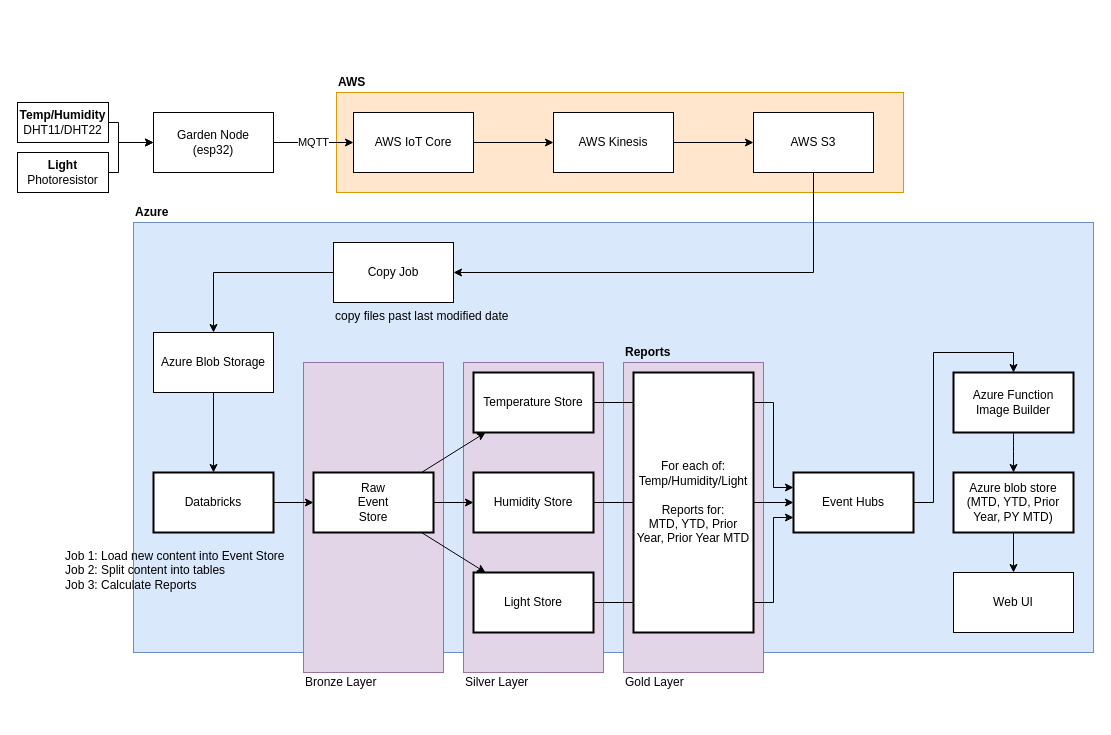
hadmacker/garden_databricks keeps this draw.io diagram as design.drawio. Above is the earlier version. Source tidied: cells renumbered, new cells numbered last; positions are measured from the earlier drawing's top-left corner, leaving out a move shared by most shapes. Both pictures are drawn from the tidied source at 100%, with x=0, y=0 at pixel (17, 72).
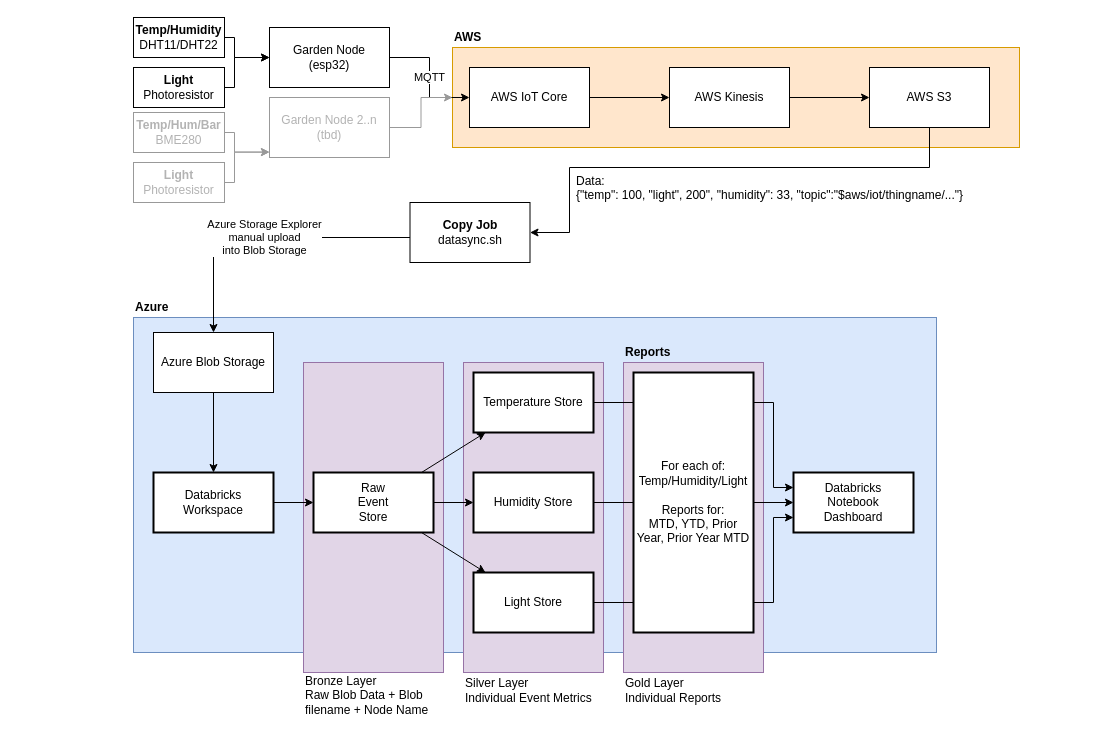
The same page after the edit.

The change refers to these unchanged cells:
```xml
<mxCell id="18" value="Azure Blob Storage" style="rounded=0;whiteSpace=wrap;html=1;fontStyle=0;" parent="1" vertex="1">
  <mxGeometry x="136" y="260" width="120" height="60" as="geometry" />
</mxCell>
```

The edit, as a diff of the source:
```diff
@@
     <mxCell id="2" style="rounded=0;whiteSpace=wrap;html=1;fillColor=#dae8fc;strokeColor=#6c8ebf;" parent="1" vertex="1">
-      <mxGeometry x="116" y="150" width="960" height="430" as="geometry" />
+      <mxGeometry x="116" y="245" width="803" height="335" as="geometry" />
     </mxCell>
@@
     <mxCell id="6" style="rounded=0;whiteSpace=wrap;html=1;fillColor=#ffe6cc;strokeColor=#d79b00;" parent="1" vertex="1">
-      <mxGeometry x="319" y="20" width="567" height="100" as="geometry" />
+      <mxGeometry x="435" y="-25" width="567" height="100" as="geometry" />
     </mxCell>
@@
     <mxCell id="8" value="AWS IoT Core" style="rounded=0;whiteSpace=wrap;html=1;" parent="1" vertex="1">
-      <mxGeometry x="336" y="40" width="120" height="60" as="geometry" />
+      <mxGeometry x="452" y="-5" width="120" height="60" as="geometry" />
     </mxCell>
@@
     <mxCell id="10" value="Garden Node&lt;br&gt;(esp32)" style="rounded=0;whiteSpace=wrap;html=1;" parent="1" vertex="1">
-      <mxGeometry x="136" y="40" width="120" height="60" as="geometry" />
+      <mxGeometry x="252" y="-45" width="120" height="60" as="geometry" />
     </mxCell>
@@
     <mxCell id="12" value="AWS Kinesis" style="rounded=0;whiteSpace=wrap;html=1;" parent="1" vertex="1">
-      <mxGeometry x="536" y="40" width="120" height="60" as="geometry" />
+      <mxGeometry x="652" y="-5" width="120" height="60" as="geometry" />
     </mxCell>
     <mxCell id="13" style="edgeStyle=orthogonalEdgeStyle;rounded=0;jettySize=auto;html=1;entryX=1;entryY=0.5;entryDx=0;entryDy=0;" parent="1" edge="1" source="14" target="16">
       <mxGeometry relative="1" as="geometry">
         <Array as="points">
-          <mxPoint x="796" y="200" />
+          <mxPoint x="912" y="95" />
+          <mxPoint x="552" y="95" />
         </Array>
       </mxGeometry>
     </mxCell>
     <mxCell id="14" value="AWS S3" style="rounded=0;whiteSpace=wrap;html=1;" parent="1" vertex="1">
-      <mxGeometry x="736" y="40" width="120" height="60" as="geometry" />
+      <mxGeometry x="852" y="-5" width="120" height="60" as="geometry" />
     </mxCell>
-    <mxCell id="15" style="edgeStyle=orthogonalEdgeStyle;rounded=0;jettySize=auto;html=1;exitX=0;exitY=0.5;exitDx=0;exitDy=0;" parent="1" edge="1" source="16" target="18">
-      <mxGeometry relative="1" as="geometry" />
+    <mxCell id="15" value="Azure Storage Explorer&lt;br&gt;manual upload&lt;br&gt;into Blob Storage" style="edgeStyle=orthogonalEdgeStyle;rounded=0;jettySize=auto;html=1;entryX=0.5;entryY=0;entryDx=0;entryDy=0;" parent="1" edge="1" source="16" target="18">
+      <mxGeometry relative="1" as="geometry">
+        <Array as="points">
+          <mxPoint x="196" y="165" />
+        </Array>
+      </mxGeometry>
     </mxCell>
-    <mxCell id="16" value="Copy Job" style="rounded=0;whiteSpace=wrap;html=1;" parent="1" vertex="1">
-      <mxGeometry x="316" y="170" width="120" height="60" as="geometry" />
+    <mxCell id="16" value="&lt;b&gt;Copy Job&lt;/b&gt;&lt;br&gt;datasync.sh" style="rounded=0;whiteSpace=wrap;html=1;" parent="1" vertex="1">
+      <mxGeometry x="392.5" y="130" width="120" height="60" as="geometry" />
     </mxCell>
@@
-    <mxCell id="20" value="Databricks" style="rounded=0;whiteSpace=wrap;html=1;strokeWidth=2;" parent="1" vertex="1">
+    <mxCell id="20" value="Databricks&lt;br&gt;Workspace" style="rounded=0;whiteSpace=wrap;html=1;strokeWidth=2;" parent="1" vertex="1">
       <mxGeometry x="136" y="400" width="120" height="60" as="geometry" />
     </mxCell>
@@
-    <mxCell id="28" style="edgeStyle=orthogonalEdgeStyle;rounded=0;jettySize=auto;html=1;" parent="1" edge="1" source="29" target="30">
-      <mxGeometry relative="1" as="geometry" />
-    </mxCell>
-    <mxCell id="29" value="Azure blob store&lt;br&gt;(MTD, YTD, Prior Year, PY MTD)" style="rounded=0;whiteSpace=wrap;html=1;strokeWidth=2;" parent="1" vertex="1">
-      <mxGeometry x="936" y="400" width="120" height="60" as="geometry" />
-    </mxCell>
-    <mxCell id="30" value="Web UI" style="rounded=0;whiteSpace=wrap;html=1;" parent="1" vertex="1">
-      <mxGeometry x="936" y="500" width="120" height="60" as="geometry" />
-    </mxCell>
-    <mxCell id="31" style="edgeStyle=orthogonalEdgeStyle;rounded=0;jumpStyle=arc;jettySize=auto;html=1;entryX=0.5;entryY=0;entryDx=0;entryDy=0;" parent="1" edge="1" source="32" target="34">
-      <mxGeometry relative="1" as="geometry" />
-    </mxCell>
-    <mxCell id="32" value="Event Hubs" style="rounded=0;whiteSpace=wrap;html=1;strokeWidth=2;" parent="1" vertex="1">
+    <mxCell id="32" value="Databricks &lt;br&gt;Notebook &lt;br&gt;Dashboard" style="rounded=0;whiteSpace=wrap;html=1;strokeWidth=2;" parent="1" vertex="1">
       <mxGeometry x="776" y="400" width="120" height="60" as="geometry" />
     </mxCell>
-    <mxCell id="33" style="edgeStyle=orthogonalEdgeStyle;curved=1;rounded=0;jumpStyle=arc;jettySize=auto;html=1;" parent="1" edge="1" source="34" target="29">
-      <mxGeometry relative="1" as="geometry" />
+    <mxCell id="33" style="edgeStyle=orthogonalEdgeStyle;curved=1;rounded=0;jumpStyle=arc;orthogonalLoop=1;jettySize=auto;html=1;" parent="1" edge="1">
+      <mxGeometry relative="1" as="geometry">
+        <mxPoint x="996" y="400" as="targetPoint" />
+      </mxGeometry>
     </mxCell>
-    <mxCell id="34" value="Azure Function&lt;br&gt;Image Builder" style="rounded=0;whiteSpace=wrap;html=1;strokeWidth=2;" parent="1" vertex="1">
-      <mxGeometry x="936" y="300" width="120" height="60" as="geometry" />
-    </mxCell>
@@
-    <mxCell id="38" value="Bronze Layer" style="text;html=1;strokeColor=none;fillColor=none;align=left;verticalAlign=middle;whiteSpace=wrap;rounded=0;" parent="1" vertex="1">
-      <mxGeometry x="286" y="600" width="90" height="20" as="geometry" />
+    <mxCell id="38" value="Bronze Layer&lt;br&gt;Raw Blob Data + Blob filename + Node Name" style="text;html=1;strokeColor=none;fillColor=none;align=left;verticalAlign=middle;whiteSpace=wrap;rounded=0;" parent="1" vertex="1">
+      <mxGeometry x="286" y="600" width="133" height="45" as="geometry" />
     </mxCell>
-    <mxCell id="39" value="Silver Layer" style="text;html=1;strokeColor=none;fillColor=none;align=left;verticalAlign=middle;whiteSpace=wrap;rounded=0;" parent="1" vertex="1">
-      <mxGeometry x="446" y="600" width="90" height="20" as="geometry" />
+    <mxCell id="39" value="Silver Layer&lt;br&gt;Individual Event Metrics" style="text;html=1;strokeColor=none;fillColor=none;align=left;verticalAlign=middle;whiteSpace=wrap;rounded=0;" parent="1" vertex="1">
+      <mxGeometry x="446" y="600" width="133" height="35" as="geometry" />
     </mxCell>
-    <mxCell id="40" value="copy files past last modified date" style="text;html=1;" parent="1" vertex="1">
-      <mxGeometry x="316" y="230" width="160" height="30" as="geometry" />
-    </mxCell>
-    <mxCell id="41" value="Job 1: Load new content into Event Store&lt;br&gt;Job 2: Split content into tables&lt;br&gt;Job 3: Calculate Reports" style="text;html=1;" parent="1" vertex="1">
-      <mxGeometry x="46" y="470" width="230" height="60" as="geometry" />
-    </mxCell>
@@
-    <mxCell id="43" value="Gold Layer" style="text;html=1;strokeColor=none;fillColor=none;align=left;verticalAlign=middle;whiteSpace=wrap;rounded=0;" parent="1" vertex="1">
-      <mxGeometry x="606" y="600" width="90" height="20" as="geometry" />
+    <mxCell id="43" value="Gold Layer&lt;br&gt;Individual Reports" style="text;html=1;strokeColor=none;fillColor=none;align=left;verticalAlign=middle;whiteSpace=wrap;rounded=0;" parent="1" vertex="1">
+      <mxGeometry x="606" y="600" width="153" height="35" as="geometry" />
     </mxCell>
@@
     <mxCell id="45" value="Azure" style="text;html=1;strokeColor=none;fillColor=none;align=left;verticalAlign=middle;whiteSpace=wrap;rounded=0;fontStyle=1;" parent="1" vertex="1">
-      <mxGeometry x="116" y="130" width="90" height="20" as="geometry" />
+      <mxGeometry x="116" y="225" width="90" height="20" as="geometry" />
     </mxCell>
     <mxCell id="46" value="AWS" style="text;html=1;strokeColor=none;fillColor=none;align=left;verticalAlign=middle;whiteSpace=wrap;rounded=0;fontStyle=1;" parent="1" vertex="1">
-      <mxGeometry x="319" width="90" height="20" as="geometry" />
+      <mxGeometry x="435" y="-45" width="90" height="20" as="geometry" />
     </mxCell>
     <mxCell id="47" style="edgeStyle=orthogonalEdgeStyle;rounded=0;jumpStyle=arc;jettySize=auto;html=1;" parent="1" edge="1" source="48" target="10">
       <mxGeometry relative="1" as="geometry">
         <Array as="points">
-          <mxPoint x="101" y="50" />
-          <mxPoint x="101" y="70" />
+          <mxPoint x="217" y="-35" />
+          <mxPoint x="217" y="-15" />
         </Array>
       </mxGeometry>
     </mxCell>
     <mxCell id="48" value="&lt;b&gt;Temp/Humidity&lt;/b&gt;&lt;br&gt;DHT11/DHT22" style="rounded=0;whiteSpace=wrap;html=1;" parent="1" vertex="1">
-      <mxGeometry y="30" width="91" height="40" as="geometry" />
+      <mxGeometry x="116" y="-55" width="91" height="40" as="geometry" />
     </mxCell>
     <mxCell id="49" style="edgeStyle=orthogonalEdgeStyle;rounded=0;jumpStyle=arc;jettySize=auto;html=1;" parent="1" edge="1" source="50" target="10">
       <mxGeometry relative="1" as="geometry">
         <Array as="points">
-          <mxPoint x="101" y="100" />
-          <mxPoint x="101" y="70" />
+          <mxPoint x="217" y="15" />
+          <mxPoint x="217" y="-15" />
         </Array>
       </mxGeometry>
     </mxCell>
     <mxCell id="50" value="&lt;b&gt;Light&lt;/b&gt;&lt;br&gt;Photoresistor" style="rounded=0;whiteSpace=wrap;html=1;" parent="1" vertex="1">
-      <mxGeometry y="80" width="91" height="40" as="geometry" />
+      <mxGeometry x="116" y="-5" width="91" height="40" as="geometry" />
     </mxCell>
+    <mxCell id="51" value="Data:&lt;br&gt;{&quot;temp&quot;: 100, &quot;light&quot;, 200&quot;, &quot;humidity&quot;: 33, &quot;topic&quot;:&quot;$aws/iot/thingname/...&quot;}" style="text;html=1;strokeColor=none;fillColor=none;align=left;verticalAlign=top;whiteSpace=wrap;rounded=0;" parent="1" vertex="1">
+      <mxGeometry x="557" y="95" width="420" height="40" as="geometry" />
+    </mxCell>
+    <mxCell id="52" style="edgeStyle=orthogonalEdgeStyle;rounded=0;jumpStyle=arc;jettySize=auto;html=1;strokeColor=#999999;fontColor=#B3B3B3;" parent="1" edge="1" source="53" target="6">
+      <mxGeometry relative="1" as="geometry" />
+    </mxCell>
+    <mxCell id="53" value="Garden Node 2..n&lt;br&gt;(tbd)" style="rounded=0;whiteSpace=wrap;html=1;strokeColor=#999999;fontColor=#B3B3B3;" parent="1" vertex="1">
+      <mxGeometry x="252" y="25" width="120" height="60" as="geometry" />
+    </mxCell>
+    <mxCell id="54" style="edgeStyle=orthogonalEdgeStyle;rounded=0;jumpStyle=arc;jettySize=auto;html=1;strokeColor=#999999;fontColor=#B3B3B3;" parent="1" edge="1" source="55">
+      <mxGeometry relative="1" as="geometry">
+        <mxPoint x="252" y="79.6" as="targetPoint" />
+        <Array as="points">
+          <mxPoint x="217" y="60" />
+          <mxPoint x="217" y="80" />
+        </Array>
+      </mxGeometry>
+    </mxCell>
+    <mxCell id="55" value="&lt;b&gt;Temp/Hum/Bar&lt;/b&gt;&lt;br&gt;BME280" style="rounded=0;whiteSpace=wrap;html=1;strokeColor=#999999;fontColor=#B3B3B3;" parent="1" vertex="1">
+      <mxGeometry x="116" y="40" width="91" height="40" as="geometry" />
+    </mxCell>
+    <mxCell id="56" style="edgeStyle=orthogonalEdgeStyle;rounded=0;jumpStyle=arc;jettySize=auto;html=1;strokeColor=#999999;fontColor=#B3B3B3;" parent="1" edge="1" source="57">
+      <mxGeometry relative="1" as="geometry">
+        <mxPoint x="252" y="79.6" as="targetPoint" />
+        <Array as="points">
+          <mxPoint x="217" y="110" />
+          <mxPoint x="217" y="80" />
+        </Array>
+      </mxGeometry>
+    </mxCell>
+    <mxCell id="57" value="&lt;b&gt;Light&lt;/b&gt;&lt;br&gt;Photoresistor" style="rounded=0;whiteSpace=wrap;html=1;strokeColor=#999999;fontColor=#B3B3B3;" parent="1" vertex="1">
+      <mxGeometry x="116" y="90" width="91" height="40" as="geometry" />
+    </mxCell>
```
